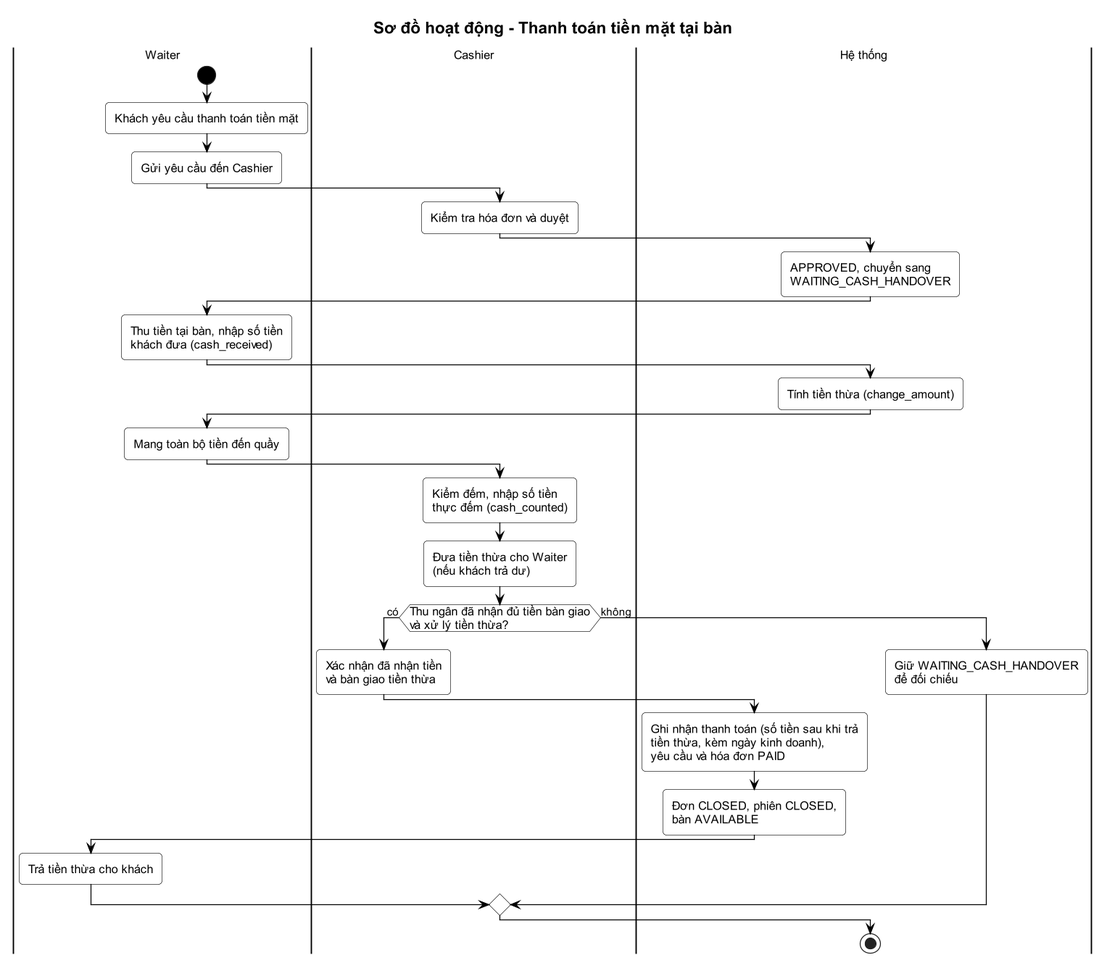
Earlier version of the PlantUML export docs/03-quan-ly-don-hang/activity-7-thanh-toan-tien-mat.png (Anpham120/restaurant-management-system). Source of this version:
```plantuml
@startuml
!include ../_style.puml
title Sơ đồ hoạt động - Thanh toán tiền mặt tại bàn

|Waiter|
start
:Khách yêu cầu thanh toán tiền mặt;
:Gửi yêu cầu đến Cashier;
|Cashier|
:Kiểm tra hóa đơn và duyệt;
|Hệ thống|
:APPROVED, chuyển sang\nWAITING_CASH_HANDOVER;
|Waiter|
:Thu tiền tại bàn, nhập số tiền\nkhách đưa (cash_received);
|Hệ thống|
:Tính tiền thừa (change_amount);
|Waiter|
:Mang toàn bộ tiền đến quầy;
|Cashier|
:Kiểm đếm, nhập số tiền\nthực đếm (cash_counted);
:Đưa tiền thừa cho Waiter\n(nếu khách trả dư);
if (Thu ngân đã nhận đủ tiền bàn giao\nvà xử lý tiền thừa?) then (có)
  :Xác nhận đã nhận tiền\nvà bàn giao tiền thừa;
  |Hệ thống|
  :Ghi nhận thanh toán (số tiền sau khi trả\ntiền thừa, kèm ngày kinh doanh),\nyêu cầu và hóa đơn PAID;
  :Đơn CLOSED, phiên CLOSED,\nbàn AVAILABLE;
  |Waiter|
  :Trả tiền thừa cho khách;
else (không)
  |Hệ thống|
  :Giữ WAITING_CASH_HANDOVER\nđể đối chiếu;
endif
stop
@enduml
```
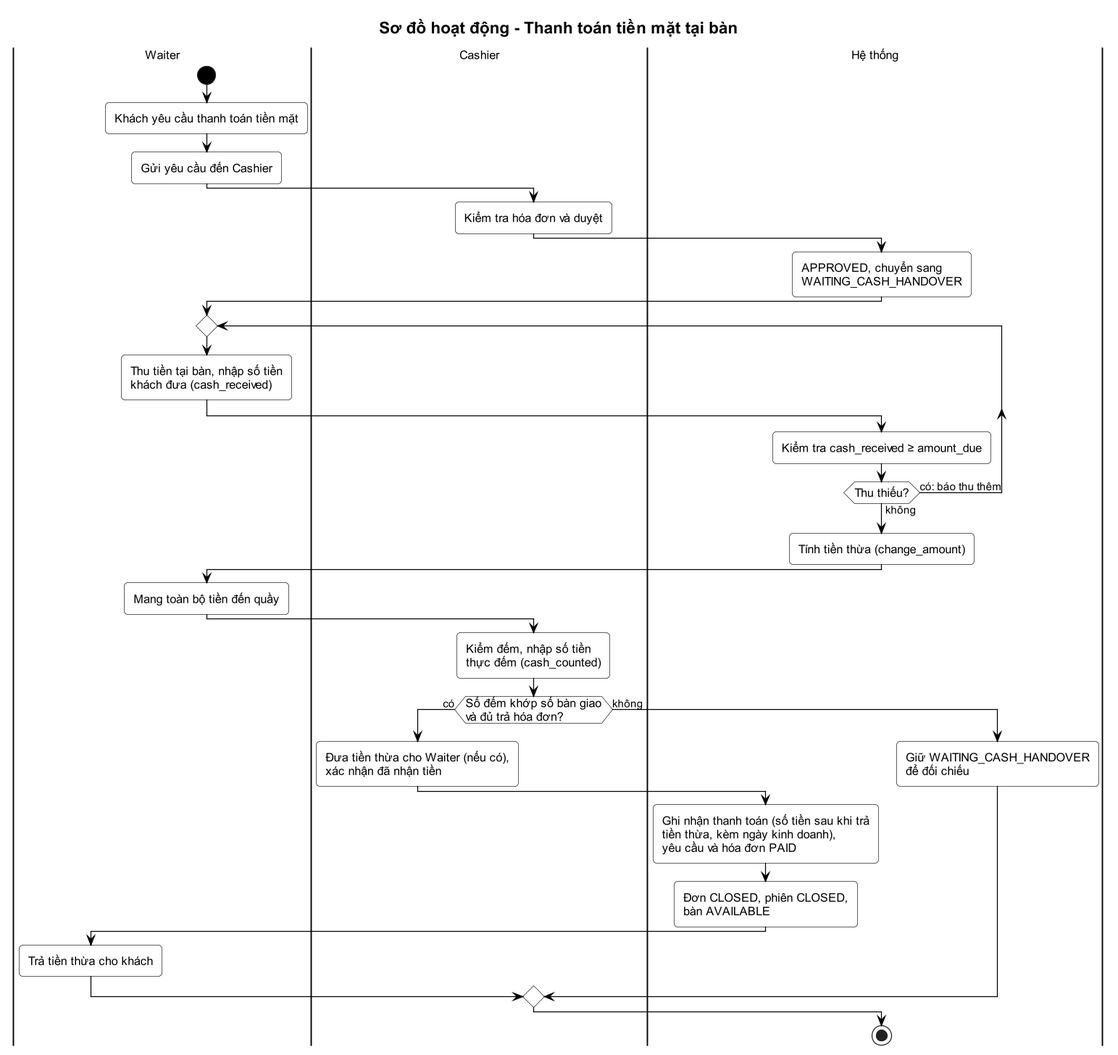
Above is the later version.

What changed in the source:
```diff
@@ -10,17 +10,19 @@
 :Kiểm tra hóa đơn và duyệt;
 |Hệ thống|
 :APPROVED, chuyển sang\nWAITING_CASH_HANDOVER;
-|Waiter|
-:Thu tiền tại bàn, nhập số tiền\nkhách đưa (cash_received);
-|Hệ thống|
+repeat
+  |Waiter|
+  :Thu tiền tại bàn, nhập số tiền\nkhách đưa (cash_received);
+  |Hệ thống|
+  :Kiểm tra cash_received ≥ amount_due;
+repeat while (Thu thiếu?) is (có: báo thu thêm) not (không)
 :Tính tiền thừa (change_amount);
 |Waiter|
 :Mang toàn bộ tiền đến quầy;
 |Cashier|
 :Kiểm đếm, nhập số tiền\nthực đếm (cash_counted);
-:Đưa tiền thừa cho Waiter\n(nếu khách trả dư);
-if (Thu ngân đã nhận đủ tiền bàn giao\nvà xử lý tiền thừa?) then (có)
-  :Xác nhận đã nhận tiền\nvà bàn giao tiền thừa;
+if (Số đếm khớp số bàn giao\nvà đủ trả hóa đơn?) then (có)
+  :Đưa tiền thừa cho Waiter (nếu có),\nxác nhận đã nhận tiền;
   |Hệ thống|
   :Ghi nhận thanh toán (số tiền sau khi trả\ntiền thừa, kèm ngày kinh doanh),\nyêu cầu và hóa đơn PAID;
   :Đơn CLOSED, phiên CLOSED,\nbàn AVAILABLE;
```
